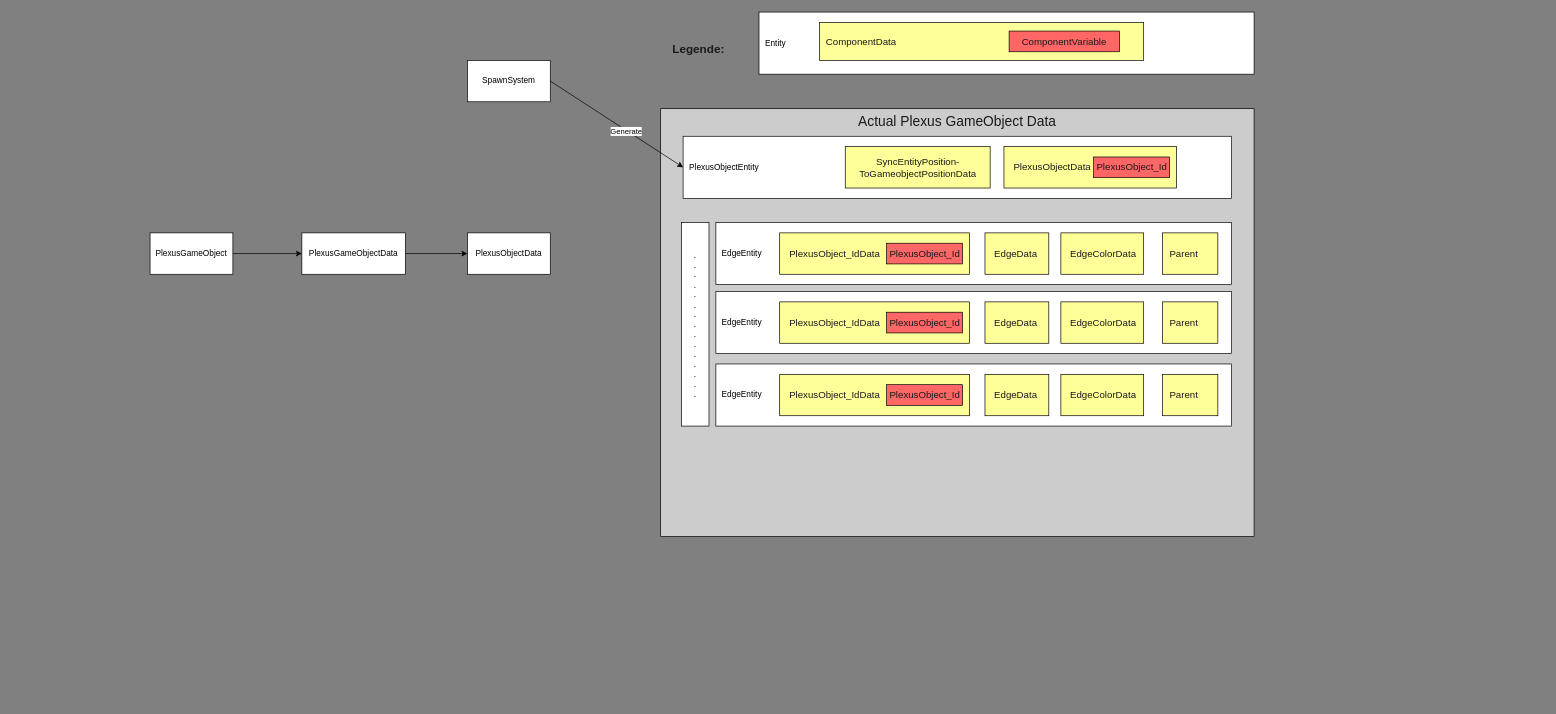
The draw.io diagram overview.drawio in Strieglitz/Unity-Dots-WireframePlexusEffect, before the edit. Source tidied: cells renumbered, new cells numbered last; positions are measured from the earlier drawing's top-left corner, leaving out a move shared by most shapes. Both pictures are drawn from the tidied source at 69%, with x=0, y=0 at pixel (150, 12).
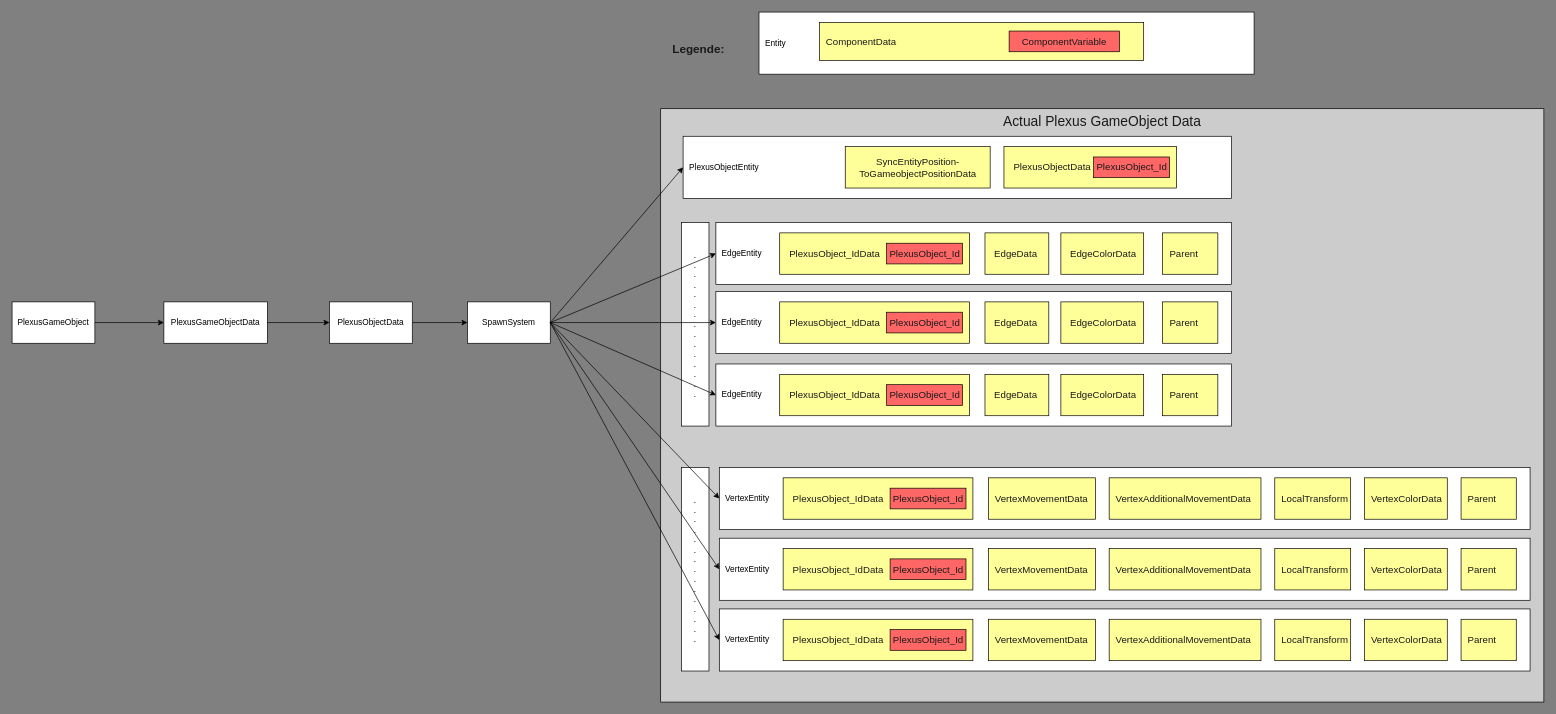
Above is the later version.

Unchanged cells that the change refers to:
```xml
<mxCell id="9" value="&amp;nbsp; PlexusObjectEntity" style="rounded=0;whiteSpace=wrap;html=1;align=left;" parent="1" vertex="1">
  <mxGeometry x="772.5" y="180" width="795" height="90" as="geometry" />
</mxCell>
<mxCell id="12" value="&amp;nbsp; EdgeEntity" style="rounded=0;whiteSpace=wrap;html=1;align=left;" parent="1" vertex="1">
  <mxGeometry x="820" y="305" width="747.5" height="90" as="geometry" />
</mxCell>
<mxCell id="25" value="&amp;nbsp; EdgeEntity" style="rounded=0;whiteSpace=wrap;html=1;align=left;" parent="1" vertex="1">
  <mxGeometry x="820" y="405" width="747.5" height="90" as="geometry" />
</mxCell>
<mxCell id="31" value="&amp;nbsp; EdgeEntity" style="rounded=0;whiteSpace=wrap;html=1;align=left;" parent="1" vertex="1">
  <mxGeometry x="820" y="510" width="747.5" height="90" as="geometry" />
</mxCell>
```

Change to the diagram source:
```diff
@@
     <mxCell id="2" value="Actual Plexus GameObject Data" style="rounded=0;whiteSpace=wrap;html=1;fillColor=#CCCCCC;fontColor=#1A1A1A;verticalAlign=top;fontSize=20;" parent="1" vertex="1">
-      <mxGeometry x="740" y="140" width="860" height="620" as="geometry" />
+      <mxGeometry x="740" y="140" width="1280" height="860" as="geometry" />
     </mxCell>
     <mxCell id="3" value="PlexusGameObject" style="rounded=0;whiteSpace=wrap;html=1;" parent="1" vertex="1">
-      <mxGeometry y="320" width="120" height="60" as="geometry" />
+      <mxGeometry x="-200" y="420" width="120" height="60" as="geometry" />
     </mxCell>
     <mxCell id="4" style="endArrow=classic;html=1;exitX=1;exitY=0.5;exitDx=0;exitDy=0;" parent="1" edge="1" source="3">
       <mxGeometry relative="1" as="geometry">
-        <mxPoint x="220" y="350" as="targetPoint" />
+        <mxPoint x="20" y="450" as="targetPoint" />
       </mxGeometry>
     </mxCell>
     <mxCell id="5" value="PlexusGameObjectData" style="rounded=0;whiteSpace=wrap;html=1;" parent="1" vertex="1">
-      <mxGeometry x="220" y="320" width="150" height="60" as="geometry" />
+      <mxGeometry x="20" y="420" width="150" height="60" as="geometry" />
     </mxCell>
     <mxCell id="6" style="endArrow=classic;html=1;exitX=1;exitY=0.5;exitDx=0;exitDy=0;" parent="1" edge="1" source="5">
       <mxGeometry relative="1" as="geometry">
-        <mxPoint x="460" y="350" as="targetPoint" />
+        <mxPoint x="260" y="450" as="targetPoint" />
       </mxGeometry>
     </mxCell>
+    <mxCell id="38" style="edgeStyle=none;html=1;exitX=1;exitY=0.5;exitDx=0;exitDy=0;entryX=0;entryY=0.5;entryDx=0;entryDy=0;" parent="1" edge="1" source="7" target="8">
+      <mxGeometry relative="1" as="geometry" />
+    </mxCell>
     <mxCell id="7" value="PlexusObjectData" style="rounded=0;whiteSpace=wrap;html=1;" parent="1" vertex="1">
-      <mxGeometry x="460" y="320" width="120" height="60" as="geometry" />
+      <mxGeometry x="260" y="420" width="120" height="60" as="geometry" />
     </mxCell>
     <mxCell id="8" value="SpawnSystem" style="rounded=0;whiteSpace=wrap;html=1;" parent="1" vertex="1">
-      <mxGeometry x="460" y="70" width="120" height="60" as="geometry" />
+      <mxGeometry x="460" y="420" width="120" height="60" as="geometry" />
     </mxCell>
@@
-    <mxCell id="10" style="endArrow=classic;html=1;exitX=1;exitY=0.5;exitDx=0;exitDy=0;entryX=0;entryY=0.5;entryDx=0;entryDy=0;" parent="1" edge="1" source="8" target="9">
-      <mxGeometry relative="1" as="geometry" />
-    </mxCell>
-    <mxCell id="11" value="Generate" style="edgeLabel;html=1;align=center;verticalAlign=middle;" parent="10" vertex="1">
-      <mxGeometry x="0.14" y="-1" relative="1" as="geometry" />
-    </mxCell>
@@
+    <mxCell id="39" value="&amp;nbsp; VertexEntity" style="rounded=0;whiteSpace=wrap;html=1;align=left;" parent="1" vertex="1">
+      <mxGeometry x="825" y="660" width="1175" height="90" as="geometry" />
+    </mxCell>
+    <mxCell id="40" value="&amp;nbsp; &amp;nbsp;PlexusObject_IdData" style="rounded=0;whiteSpace=wrap;html=1;fontSize=14;fontColor=#1A1A1A;fillColor=#FFFF99;align=left;" parent="1" vertex="1">
+      <mxGeometry x="917.5" y="675" width="275" height="60" as="geometry" />
+    </mxCell>
+    <mxCell id="41" value="PlexusObject_Id" style="rounded=0;whiteSpace=wrap;html=1;fontSize=14;fontColor=#1A1A1A;fillColor=#FF6666;" parent="1" vertex="1">
+      <mxGeometry x="1072.5" y="690" width="110" height="30" as="geometry" />
+    </mxCell>
+    <mxCell id="42" value="&amp;nbsp; VertexMovementData" style="rounded=0;whiteSpace=wrap;html=1;fontSize=14;fontColor=#1A1A1A;fillColor=#FFFF99;align=left;" parent="1" vertex="1">
+      <mxGeometry x="1215" y="675" width="155" height="60" as="geometry" />
+    </mxCell>
+    <mxCell id="43" value="&amp;nbsp; VertexColorData" style="rounded=0;whiteSpace=wrap;html=1;fontSize=14;fontColor=#1A1A1A;fillColor=#FFFF99;align=left;" parent="1" vertex="1">
+      <mxGeometry x="1760" y="675" width="120" height="60" as="geometry" />
+    </mxCell>
+    <mxCell id="44" value="&amp;nbsp; Parent" style="rounded=0;whiteSpace=wrap;html=1;fontSize=14;fontColor=#1A1A1A;fillColor=#FFFF99;align=left;" parent="1" vertex="1">
+      <mxGeometry x="1900" y="675" width="80" height="60" as="geometry" />
+    </mxCell>
+    <mxCell id="45" value="&amp;nbsp; LocalTransform" style="rounded=0;whiteSpace=wrap;html=1;fontSize=14;fontColor=#1A1A1A;fillColor=#FFFF99;align=left;" parent="1" vertex="1">
+      <mxGeometry x="1630" y="675" width="110" height="60" as="geometry" />
+    </mxCell>
+    <mxCell id="46" value="&amp;nbsp; VertexAdditionalMovementData" style="rounded=0;whiteSpace=wrap;html=1;fontSize=14;fontColor=#1A1A1A;fillColor=#FFFF99;align=left;" parent="1" vertex="1">
+      <mxGeometry x="1390" y="675" width="220" height="60" as="geometry" />
+    </mxCell>
+    <mxCell id="47" value=".&lt;br&gt;.&lt;br&gt;.&lt;br&gt;.&lt;br&gt;.&lt;br&gt;.&lt;br&gt;.&lt;br&gt;.&lt;br&gt;.&lt;br&gt;.&lt;br&gt;.&lt;br&gt;.&lt;br&gt;.&lt;br&gt;.&lt;br&gt;.&lt;br&gt;" style="rounded=0;whiteSpace=wrap;html=1;" parent="1" vertex="1">
+      <mxGeometry x="770" y="660" width="40" height="295" as="geometry" />
+    </mxCell>
+    <mxCell id="48" value="&amp;nbsp; VertexEntity" style="rounded=0;whiteSpace=wrap;html=1;align=left;" parent="1" vertex="1">
+      <mxGeometry x="825" y="762.5" width="1175" height="90" as="geometry" />
+    </mxCell>
+    <mxCell id="49" value="&amp;nbsp; &amp;nbsp;PlexusObject_IdData" style="rounded=0;whiteSpace=wrap;html=1;fontSize=14;fontColor=#1A1A1A;fillColor=#FFFF99;align=left;" parent="1" vertex="1">
+      <mxGeometry x="917.5" y="777.5" width="275" height="60" as="geometry" />
+    </mxCell>
+    <mxCell id="50" value="PlexusObject_Id" style="rounded=0;whiteSpace=wrap;html=1;fontSize=14;fontColor=#1A1A1A;fillColor=#FF6666;" parent="1" vertex="1">
+      <mxGeometry x="1072.5" y="792.5" width="110" height="30" as="geometry" />
+    </mxCell>
+    <mxCell id="51" value="&amp;nbsp; VertexMovementData" style="rounded=0;whiteSpace=wrap;html=1;fontSize=14;fontColor=#1A1A1A;fillColor=#FFFF99;align=left;" parent="1" vertex="1">
+      <mxGeometry x="1215" y="777.5" width="155" height="60" as="geometry" />
+    </mxCell>
+    <mxCell id="52" value="&amp;nbsp; VertexColorData" style="rounded=0;whiteSpace=wrap;html=1;fontSize=14;fontColor=#1A1A1A;fillColor=#FFFF99;align=left;" parent="1" vertex="1">
+      <mxGeometry x="1760" y="777.5" width="120" height="60" as="geometry" />
+    </mxCell>
+    <mxCell id="53" value="&amp;nbsp; Parent" style="rounded=0;whiteSpace=wrap;html=1;fontSize=14;fontColor=#1A1A1A;fillColor=#FFFF99;align=left;" parent="1" vertex="1">
+      <mxGeometry x="1900" y="777.5" width="80" height="60" as="geometry" />
+    </mxCell>
+    <mxCell id="54" value="&amp;nbsp; LocalTransform" style="rounded=0;whiteSpace=wrap;html=1;fontSize=14;fontColor=#1A1A1A;fillColor=#FFFF99;align=left;" parent="1" vertex="1">
+      <mxGeometry x="1630" y="777.5" width="110" height="60" as="geometry" />
+    </mxCell>
+    <mxCell id="55" value="&amp;nbsp; VertexAdditionalMovementData" style="rounded=0;whiteSpace=wrap;html=1;fontSize=14;fontColor=#1A1A1A;fillColor=#FFFF99;align=left;" parent="1" vertex="1">
+      <mxGeometry x="1390" y="777.5" width="220" height="60" as="geometry" />
+    </mxCell>
+    <mxCell id="56" value="&amp;nbsp; VertexEntity" style="rounded=0;whiteSpace=wrap;html=1;align=left;" parent="1" vertex="1">
+      <mxGeometry x="825" y="865" width="1175" height="90" as="geometry" />
+    </mxCell>
+    <mxCell id="57" value="&amp;nbsp; &amp;nbsp;PlexusObject_IdData" style="rounded=0;whiteSpace=wrap;html=1;fontSize=14;fontColor=#1A1A1A;fillColor=#FFFF99;align=left;" parent="1" vertex="1">
+      <mxGeometry x="917.5" y="880" width="275" height="60" as="geometry" />
+    </mxCell>
+    <mxCell id="58" value="PlexusObject_Id" style="rounded=0;whiteSpace=wrap;html=1;fontSize=14;fontColor=#1A1A1A;fillColor=#FF6666;" parent="1" vertex="1">
+      <mxGeometry x="1072.5" y="895" width="110" height="30" as="geometry" />
+    </mxCell>
+    <mxCell id="59" value="&amp;nbsp; VertexMovementData" style="rounded=0;whiteSpace=wrap;html=1;fontSize=14;fontColor=#1A1A1A;fillColor=#FFFF99;align=left;" parent="1" vertex="1">
+      <mxGeometry x="1215" y="880" width="155" height="60" as="geometry" />
+    </mxCell>
+    <mxCell id="60" value="&amp;nbsp; VertexColorData" style="rounded=0;whiteSpace=wrap;html=1;fontSize=14;fontColor=#1A1A1A;fillColor=#FFFF99;align=left;" parent="1" vertex="1">
+      <mxGeometry x="1760" y="880" width="120" height="60" as="geometry" />
+    </mxCell>
+    <mxCell id="61" value="&amp;nbsp; Parent" style="rounded=0;whiteSpace=wrap;html=1;fontSize=14;fontColor=#1A1A1A;fillColor=#FFFF99;align=left;" parent="1" vertex="1">
+      <mxGeometry x="1900" y="880" width="80" height="60" as="geometry" />
+    </mxCell>
+    <mxCell id="62" value="&amp;nbsp; LocalTransform" style="rounded=0;whiteSpace=wrap;html=1;fontSize=14;fontColor=#1A1A1A;fillColor=#FFFF99;align=left;" parent="1" vertex="1">
+      <mxGeometry x="1630" y="880" width="110" height="60" as="geometry" />
+    </mxCell>
+    <mxCell id="63" value="&amp;nbsp; VertexAdditionalMovementData" style="rounded=0;whiteSpace=wrap;html=1;fontSize=14;fontColor=#1A1A1A;fillColor=#FFFF99;align=left;" parent="1" vertex="1">
+      <mxGeometry x="1390" y="880" width="220" height="60" as="geometry" />
+    </mxCell>
+    <mxCell id="64" style="endArrow=classic;html=1;exitX=1;exitY=0.5;exitDx=0;exitDy=0;entryX=0;entryY=0.5;entryDx=0;entryDy=0;" parent="1" edge="1" source="8" target="25">
+      <mxGeometry relative="1" as="geometry" />
+    </mxCell>
+    <mxCell id="65" style="endArrow=classic;html=1;exitX=1;exitY=0.5;exitDx=0;exitDy=0;entryX=0;entryY=0.5;entryDx=0;entryDy=0;" parent="1" edge="1" source="8" target="48">
+      <mxGeometry relative="1" as="geometry" />
+    </mxCell>
+    <mxCell id="66" style="endArrow=classic;html=1;exitX=1;exitY=0.5;exitDx=0;exitDy=0;entryX=0;entryY=0.5;entryDx=0;entryDy=0;" parent="1" edge="1" source="8" target="12">
+      <mxGeometry relative="1" as="geometry" />
+    </mxCell>
+    <mxCell id="67" style="endArrow=classic;html=1;exitX=1;exitY=0.5;exitDx=0;exitDy=0;entryX=0;entryY=0.5;entryDx=0;entryDy=0;" parent="1" edge="1" source="8" target="31">
+      <mxGeometry relative="1" as="geometry" />
+    </mxCell>
+    <mxCell id="68" style="endArrow=classic;html=1;exitX=1;exitY=0.5;exitDx=0;exitDy=0;entryX=0;entryY=0.5;entryDx=0;entryDy=0;" parent="1" edge="1" source="8" target="39">
+      <mxGeometry relative="1" as="geometry" />
+    </mxCell>
+    <mxCell id="69" style="endArrow=classic;html=1;exitX=1;exitY=0.5;exitDx=0;exitDy=0;entryX=0;entryY=0.5;entryDx=0;entryDy=0;" parent="1" edge="1" source="8" target="56">
+      <mxGeometry relative="1" as="geometry" />
+    </mxCell>
+    <mxCell id="10" style="endArrow=classic;html=1;exitX=1;exitY=0.5;exitDx=0;exitDy=0;entryX=0;entryY=0.5;entryDx=0;entryDy=0;" parent="1" edge="1" source="8" target="9">
+      <mxGeometry relative="1" as="geometry" />
+    </mxCell>
```
